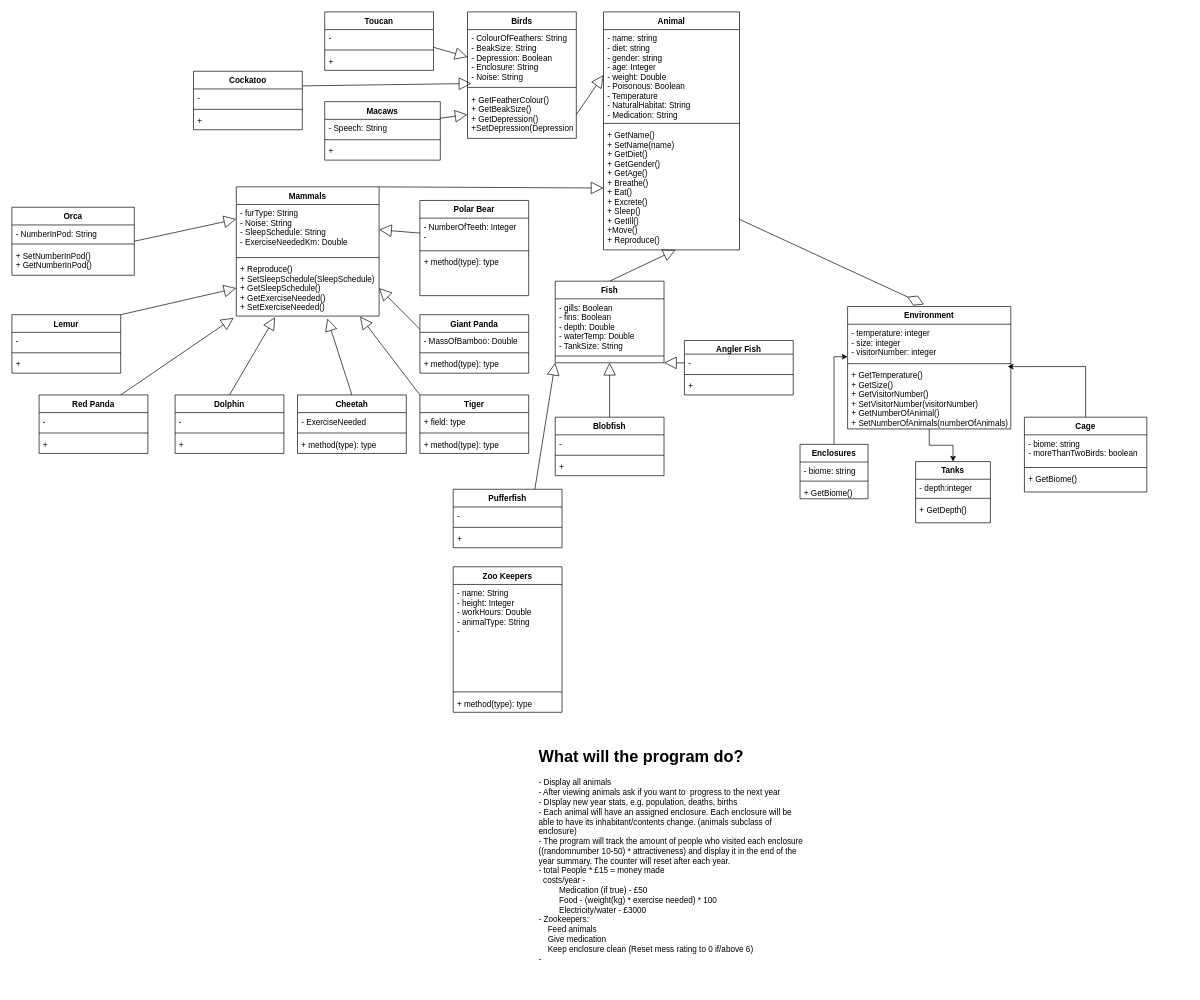
The draw.io diagram Copy of ZooClassDiagram.drawio in NovaStorm64/zoo, before the edit. Source tidied: cells renumbered, new cells numbered last; positions are measured from the earlier drawing's top-left corner, leaving out a move shared by most shapes. Both pictures are drawn from the tidied source at 68%, with x=0, y=0 at pixel (12, 12).
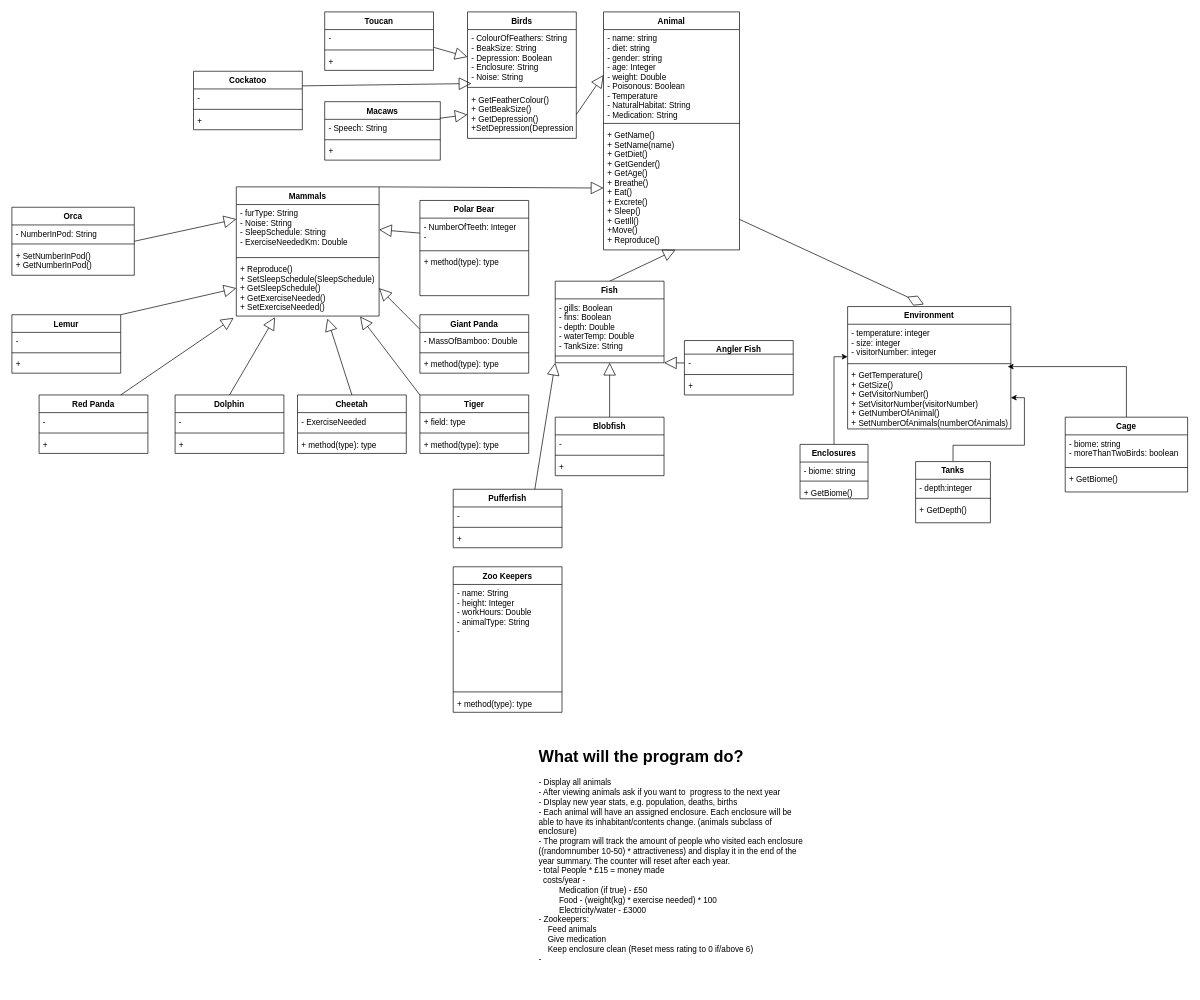
The same diagram, later.

Unchanged cells that the change refers to:
```xml
<mxCell id="99" value="Environment" style="swimlane;fontStyle=1;align=center;verticalAlign=top;horizontal=1;startSize=26;" parent="1" vertex="1">
  <mxGeometry x="1229" y="433.3" width="240" height="180" as="geometry" />
</mxCell>
<mxCell id="102" value="+ GetTemperature()&#10;+ GetSize()&#10;+ GetVisitorNumber()&#10;+ SetVisitorNumber(visitorNumber)&#10;+ GetNumberOfAnimal()&#10;+ SetNumberOfAnimals(numberOfAnimals)&#10;" style="text;strokeColor=none;fillColor=none;align=left;verticalAlign=top;spacingLeft=4;spacingRight=4;overflow=hidden;points=[[0,0.5],[1,0.5]];portConstraint=eastwest;" parent="99" vertex="1">
  <mxGeometry y="88" width="240" height="92" as="geometry" />
</mxCell>
<mxCell id="107" value="Tanks" style="swimlane;fontStyle=1;align=center;verticalAlign=top;horizontal=1;startSize=26;" parent="1" vertex="1">
  <mxGeometry x="1329" y="661.3" width="110" height="90" as="geometry" />
</mxCell>
```

Diff of the diagram source:
```diff
@@
-    <mxCell id="98" style="edgeStyle=orthogonalEdgeStyle;rounded=0;jettySize=auto;html=1;entryX=0.5;entryY=0;entryDx=0;entryDy=0;" parent="1" edge="1" source="99" target="107">
+    <mxCell id="98" style="edgeStyle=orthogonalEdgeStyle;rounded=0;jettySize=auto;html=1;exitX=0.5;exitY=0;exitDx=0;exitDy=0;" parent="1" edge="1" source="107" target="102">
       <mxGeometry relative="1" as="geometry" />
     </mxCell>
@@
     <mxCell id="111" value="Cage" style="swimlane;fontStyle=1;align=center;verticalAlign=top;horizontal=1;startSize=26;" parent="1" vertex="1">
-      <mxGeometry x="1489" y="596" width="180" height="110" as="geometry" />
+      <mxGeometry x="1549" y="596" width="180" height="110" as="geometry" />
     </mxCell>
```
